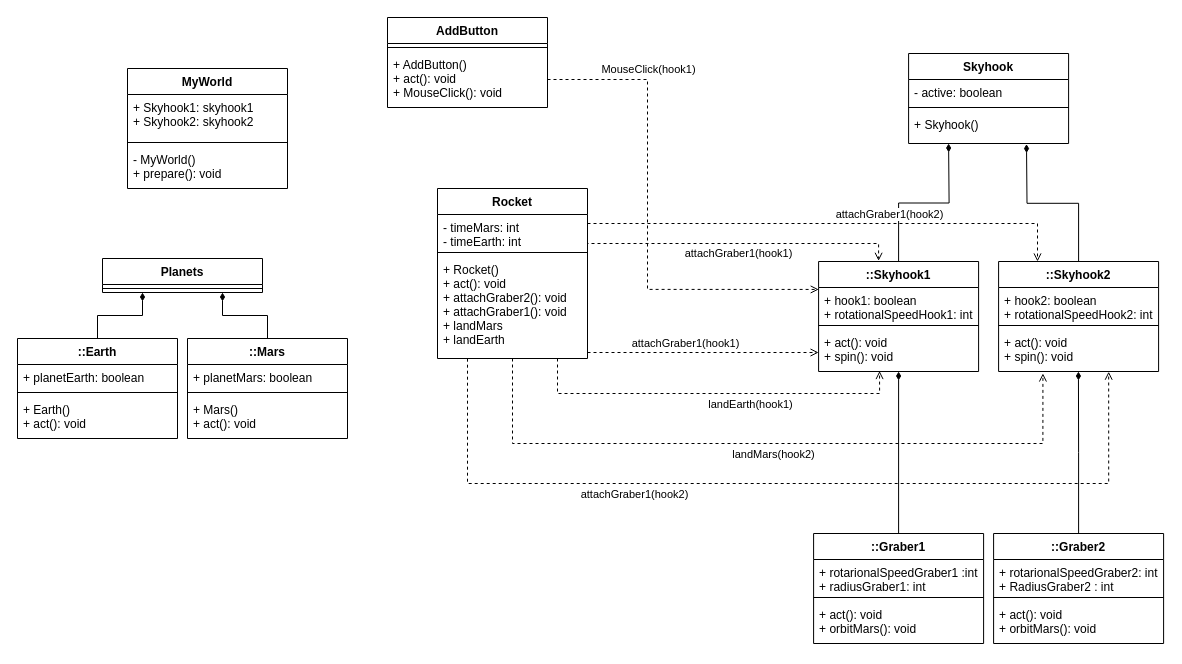
The draw.io diagram Modelle/Klassendiagramm.drawio in daenzg/skyhook_sim, before the edit. Source tidied: cells renumbered, new cells numbered last; positions are measured from the earlier drawing's top-left corner, leaving out a move shared by most shapes. Both pictures are drawn from the tidied source at 100%, with x=0, y=0 at pixel (17, 17).
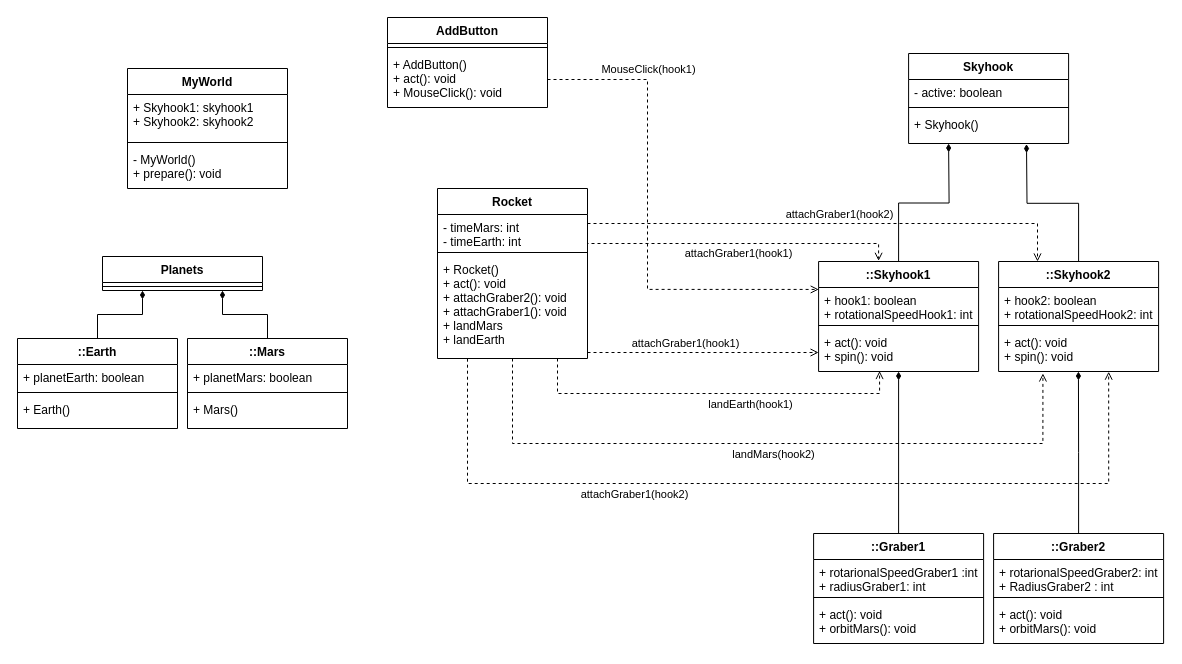
Above is the later version.

The change refers to these unchanged cells:
```xml
<mxCell id="51" style="edgeStyle=orthogonalEdgeStyle;rounded=0;jettySize=auto;html=1;dashed=1;endArrow=open;endFill=0;jumpStyle=none;" parent="1" edge="1" source="46" target="31">
  <mxGeometry relative="1" as="geometry">
    <Array as="points">
      <mxPoint x="1020" y="206" />
    </Array>
  </mxGeometry>
</mxCell>
```

The edit, as a diff of the source:
```diff
@@
     <mxCell id="9" value="Planets" style="swimlane;fontStyle=1;align=center;verticalAlign=top;horizontal=1;startSize=26;" parent="1" vertex="1">
-      <mxGeometry x="85" y="241" width="160" height="34" as="geometry" />
+      <mxGeometry x="85" y="239" width="160" height="34" as="geometry" />
     </mxCell>
@@
     <mxCell id="12" value="::Earth" style="swimlane;fontStyle=1;align=center;verticalAlign=top;horizontal=1;startSize=26;" parent="1" vertex="1">
-      <mxGeometry y="321" width="160" height="100" as="geometry" />
+      <mxGeometry y="321" width="160" height="90" as="geometry" />
     </mxCell>
@@
-    <mxCell id="15" value="+ Earth()&#10;+ act(): void" style="text;strokeColor=none;fillColor=none;align=left;verticalAlign=top;spacingLeft=4;spacingRight=4;overflow=hidden;" parent="12" vertex="1">
-      <mxGeometry y="58" width="160" height="42" as="geometry" />
+    <mxCell id="15" value="+ Earth()" style="text;strokeColor=none;fillColor=none;align=left;verticalAlign=top;spacingLeft=4;spacingRight=4;overflow=hidden;" parent="12" vertex="1">
+      <mxGeometry y="58" width="160" height="32" as="geometry" />
     </mxCell>
@@
     <mxCell id="17" value="::Mars" style="swimlane;fontStyle=1;align=center;verticalAlign=top;horizontal=1;startSize=26;" parent="1" vertex="1">
-      <mxGeometry x="170" y="321" width="160" height="100" as="geometry" />
+      <mxGeometry x="170" y="321" width="160" height="90" as="geometry" />
     </mxCell>
@@
-    <mxCell id="20" value="+ Mars()&#10;+ act(): void" style="text;strokeColor=none;fillColor=none;align=left;verticalAlign=top;spacingLeft=4;spacingRight=4;overflow=hidden;" parent="17" vertex="1">
-      <mxGeometry y="58" width="160" height="42" as="geometry" />
+    <mxCell id="20" value="+ Mars()" style="text;strokeColor=none;fillColor=none;align=left;verticalAlign=top;spacingLeft=4;spacingRight=4;overflow=hidden;" parent="17" vertex="1">
+      <mxGeometry y="58" width="160" height="32" as="geometry" />
     </mxCell>
@@
     <mxCell id="52" value="attachGraber1(hook2)" style="edgeLabel;html=1;align=center;verticalAlign=middle;" parent="51" vertex="1">
       <mxGeometry x="-0.39" y="2" relative="1" as="geometry">
-        <mxPoint x="152" y="-8" as="offset" />
+        <mxPoint x="102" y="-8" as="offset" />
       </mxGeometry>
     </mxCell>
```
